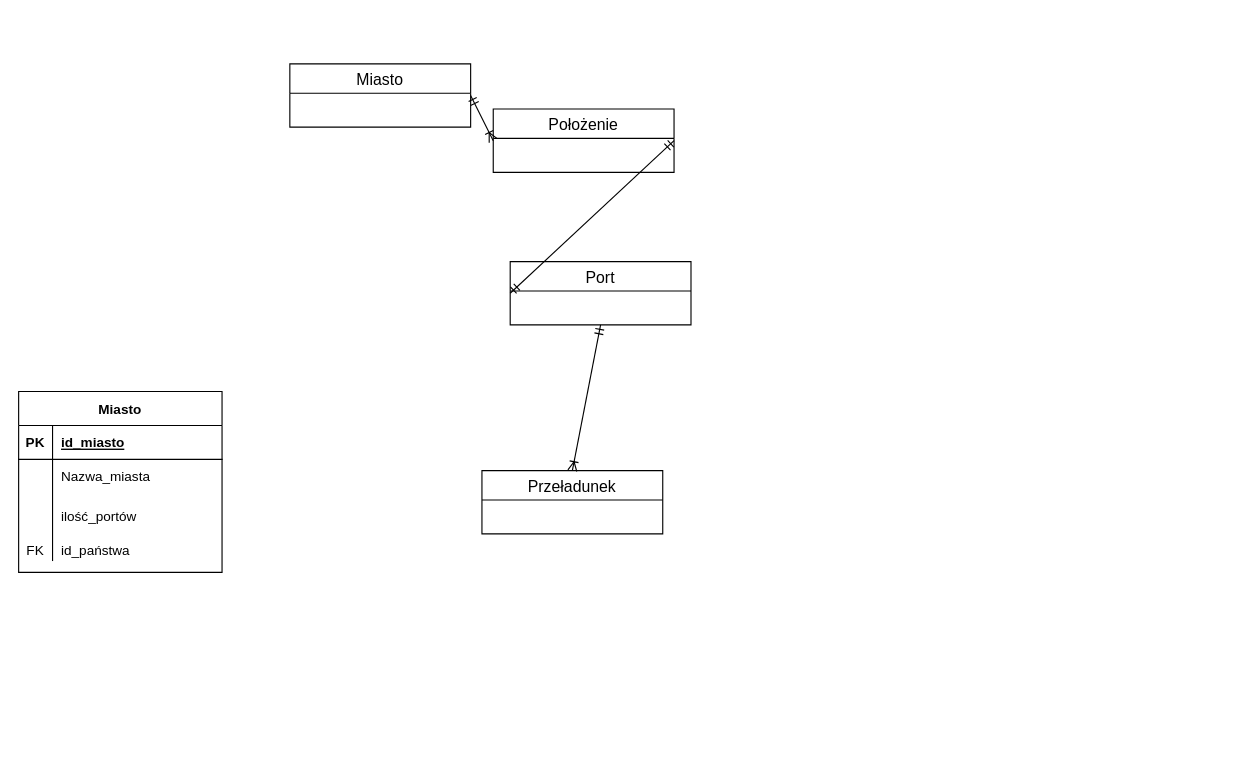
finalkiwii/databases-umbrellas keeps this draw.io diagram as portyv2Martin.drawio. Above is the earlier version. Source tidied: cells renumbered, new cells numbered last; positions are measured from the earlier drawing's top-left corner, leaving out a move shared by most shapes. Both pictures are drawn from the tidied source at 113%, with x=0, y=0 at pixel (18, 63).
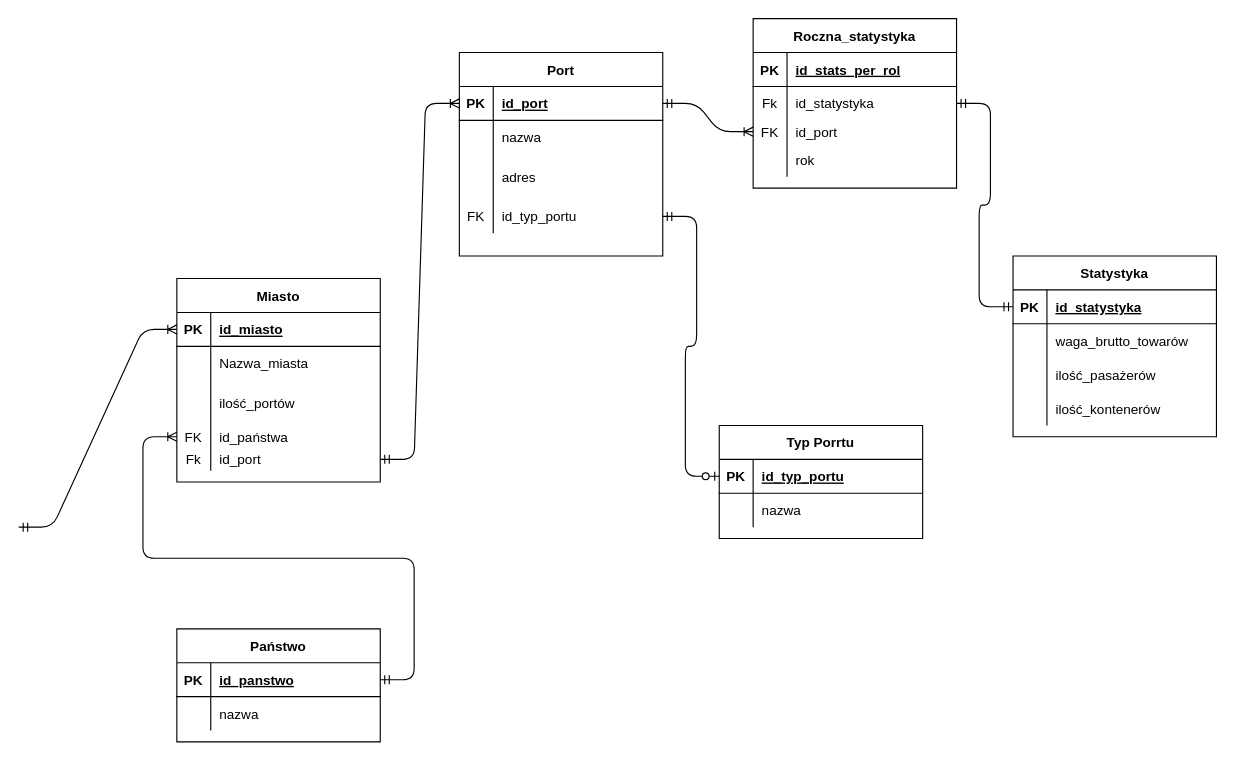
After the change.

The edit, as a diff of the source:
```diff
@@
-    <mxCell id="2" value="Miasto" style="swimlane;fontStyle=0;horizontal=1;startSize=26;align=center;fontSize=14;" parent="1" vertex="1">
-      <mxGeometry x="240" width="160" height="56" as="geometry" />
-    </mxCell>
-    <mxCell id="3" value="Port" style="swimlane;fontStyle=0;horizontal=1;startSize=26;align=center;fontSize=14;" parent="1" vertex="1">
-      <mxGeometry x="435" y="175" width="160" height="56" as="geometry" />
-    </mxCell>
-    <mxCell id="4" value="Przeładunek" style="swimlane;fontStyle=0;horizontal=1;startSize=26;align=center;fontSize=14;" parent="1" vertex="1">
-      <mxGeometry x="410" y="360" width="160" height="56" as="geometry" />
-    </mxCell>
-    <mxCell id="5" value="Położenie" style="swimlane;fontStyle=0;horizontal=1;startSize=26;align=center;fontSize=14;" parent="1" vertex="1">
-      <mxGeometry x="420" y="40" width="160" height="56" as="geometry" />
-    </mxCell>
-    <mxCell id="6" style="fontSize=12;html=1;endArrow=ERoneToMany;startArrow=ERmandOne;entryX=0;entryY=0.5;entryDx=0;entryDy=0;exitX=1;exitY=0.5;exitDx=0;exitDy=0;" parent="1" edge="1" source="2" target="5">
+    <mxCell id="6" style="fontSize=12;html=1;endArrow=ERoneToMany;startArrow=ERmandOne;entryX=0;entryY=0.5;entryDx=0;entryDy=0;exitX=1;exitY=0.5;exitDx=0;exitDy=0;edgeStyle=entityRelationEdgeStyle;" parent="1" edge="1" source="22" target="32">
       <mxGeometry relative="1" as="geometry" />
     </mxCell>
-    <mxCell id="7" style="fontSize=12;html=1;endArrow=ERmandOne;startArrow=ERmandOne;exitX=1;exitY=0.5;exitDx=0;exitDy=0;entryX=0;entryY=0.5;entryDx=0;entryDy=0;" parent="1" edge="1" source="5" target="3">
-      <mxGeometry relative="1" as="geometry" />
-    </mxCell>
-    <mxCell id="8" style="fontSize=12;html=1;endArrow=ERoneToMany;startArrow=ERmandOne;exitX=0.5;exitY=1;exitDx=0;exitDy=0;entryX=0.5;entryY=0;entryDx=0;entryDy=0;" parent="1" edge="1" source="3" target="4">
-      <mxGeometry relative="1" as="geometry" />
-    </mxCell>
     <mxCell id="9" value="Miasto" style="shape=table;startSize=30;childLayout=tableLayout;rowLines=0;fontStyle=1;align=center;" parent="1" vertex="1">
-      <mxGeometry y="290" width="180" height="160" as="geometry" />
+      <mxGeometry x="140" y="190" width="180" height="180" as="geometry" />
     </mxCell>
@@
+    <mxCell id="22" style="shape=partialRectangle;fillColor=none;top=0;left=0;bottom=0;right=0;points=[[0,0.5],[1,0.5]];portConstraint=eastwest;" parent="9" vertex="1">
+      <mxGeometry y="150" width="180" height="20" as="geometry" />
+    </mxCell>
+    <mxCell id="23" value="Fk" style="shape=partialRectangle;fillColor=none;top=0;left=0;bottom=0;right=0;overflow=hidden;" parent="22" vertex="1">
+      <mxGeometry width="30" height="20" as="geometry" />
+    </mxCell>
+    <mxCell id="24" value="id_port" style="shape=partialRectangle;fillColor=none;top=0;left=0;bottom=0;right=0;align=left;spacingLeft=6;overflow=hidden;" parent="22" vertex="1">
+      <mxGeometry x="30" width="150" height="20" as="geometry" />
+    </mxCell>
+    <mxCell id="25" value="Państwo" style="shape=table;startSize=30;childLayout=tableLayout;rowLines=0;fontStyle=1;align=center;" parent="1" vertex="1">
+      <mxGeometry x="140" y="500" width="180" height="100" as="geometry" />
+    </mxCell>
+    <mxCell id="26" style="shape=partialRectangle;fillColor=none;top=0;left=0;bottom=1;right=0;points=[[0,0.5],[1,0.5]];portConstraint=eastwest;" parent="25" vertex="1">
+      <mxGeometry y="30" width="180" height="30" as="geometry" />
+    </mxCell>
+    <mxCell id="27" value="PK" style="shape=partialRectangle;fillColor=none;top=0;left=0;bottom=0;right=0;fontStyle=1;overflow=hidden;" parent="26" vertex="1">
+      <mxGeometry width="30" height="30" as="geometry" />
+    </mxCell>
+    <mxCell id="28" value="id_panstwo" style="shape=partialRectangle;fillColor=none;top=0;left=0;bottom=0;right=0;align=left;spacingLeft=6;fontStyle=5;overflow=hidden;" parent="26" vertex="1">
+      <mxGeometry x="30" width="150" height="30" as="geometry" />
+    </mxCell>
+    <mxCell id="29" style="shape=partialRectangle;fillColor=none;top=0;left=0;bottom=0;right=0;" parent="25" vertex="1">
+      <mxGeometry y="60" width="180" height="30" as="geometry" />
+    </mxCell>
+    <mxCell id="30" style="shape=partialRectangle;fillColor=none;top=0;left=0;bottom=0;right=0;overflow=hidden;" parent="29" vertex="1">
+      <mxGeometry width="30" height="30" as="geometry" />
+    </mxCell>
+    <mxCell id="31" value="nazwa" style="shape=partialRectangle;fillColor=none;top=0;left=0;bottom=0;right=0;align=left;spacingLeft=6;overflow=hidden;" parent="29" vertex="1">
+      <mxGeometry x="30" width="150" height="30" as="geometry" />
+    </mxCell>
+    <mxCell id="3" value="Port" style="shape=table;startSize=30;childLayout=tableLayout;rowLines=0;fontStyle=1;align=center;" parent="1" vertex="1">
+      <mxGeometry x="390" y="-10" width="180" height="180" as="geometry" />
+    </mxCell>
+    <mxCell id="32" style="shape=partialRectangle;fillColor=none;top=0;left=0;bottom=1;right=0;points=[[0,0.5],[1,0.5]];portConstraint=eastwest;" parent="3" vertex="1">
+      <mxGeometry y="30" width="180" height="30" as="geometry" />
+    </mxCell>
+    <mxCell id="33" value="PK" style="shape=partialRectangle;fillColor=none;top=0;left=0;bottom=0;right=0;fontStyle=1;overflow=hidden;" parent="32" vertex="1">
+      <mxGeometry width="30" height="30" as="geometry" />
+    </mxCell>
+    <mxCell id="34" value="id_port" style="shape=partialRectangle;fillColor=none;top=0;left=0;bottom=0;right=0;align=left;spacingLeft=6;fontStyle=5;overflow=hidden;" parent="32" vertex="1">
+      <mxGeometry x="30" width="150" height="30" as="geometry" />
+    </mxCell>
+    <mxCell id="35" style="shape=partialRectangle;fillColor=none;top=0;left=0;bottom=0;right=0;" parent="3" vertex="1">
+      <mxGeometry y="60" width="180" height="30" as="geometry" />
+    </mxCell>
+    <mxCell id="36" style="shape=partialRectangle;fillColor=none;top=0;left=0;bottom=0;right=0;overflow=hidden;" parent="35" vertex="1">
+      <mxGeometry width="30" height="30" as="geometry" />
+    </mxCell>
+    <mxCell id="37" value="nazwa" style="shape=partialRectangle;fillColor=none;top=0;left=0;bottom=0;right=0;align=left;spacingLeft=6;overflow=hidden;" parent="35" vertex="1">
+      <mxGeometry x="30" width="150" height="30" as="geometry" />
+    </mxCell>
+    <mxCell id="38" style="shape=partialRectangle;fillColor=none;top=0;left=0;bottom=0;right=0;" parent="3" vertex="1">
+      <mxGeometry y="90" width="180" height="40" as="geometry" />
+    </mxCell>
+    <mxCell id="39" style="shape=partialRectangle;fillColor=none;top=0;left=0;bottom=0;right=0;overflow=hidden;" parent="38" vertex="1">
+      <mxGeometry width="30" height="40" as="geometry" />
+    </mxCell>
+    <mxCell id="40" value="adres" style="shape=partialRectangle;fillColor=none;top=0;left=0;bottom=0;right=0;align=left;spacingLeft=6;overflow=hidden;" parent="38" vertex="1">
+      <mxGeometry x="30" width="150" height="40" as="geometry" />
+    </mxCell>
+    <mxCell id="41" style="shape=partialRectangle;fillColor=none;top=0;left=0;bottom=0;right=0;points=[[0,0.5],[1,0.5]];portConstraint=eastwest;" parent="3" vertex="1">
+      <mxGeometry y="130" width="180" height="30" as="geometry" />
+    </mxCell>
+    <mxCell id="42" value="FK" style="shape=partialRectangle;fillColor=none;top=0;left=0;bottom=0;right=0;overflow=hidden;" parent="41" vertex="1">
+      <mxGeometry width="30" height="30" as="geometry" />
+    </mxCell>
+    <mxCell id="43" value="id_typ_portu" style="shape=partialRectangle;fillColor=none;top=0;left=0;bottom=0;right=0;align=left;spacingLeft=6;overflow=hidden;" parent="41" vertex="1">
+      <mxGeometry x="30" width="150" height="30" as="geometry" />
+    </mxCell>
+    <mxCell id="44" value="Roczna_statystyka" style="shape=table;startSize=30;childLayout=tableLayout;rowLines=0;fontStyle=1;align=center;" parent="1" vertex="1">
+      <mxGeometry x="650" y="-40" width="180" height="150" as="geometry" />
+    </mxCell>
+    <mxCell id="45" style="shape=partialRectangle;fillColor=none;top=0;left=0;bottom=1;right=0;" parent="44" vertex="1">
+      <mxGeometry y="30" width="180" height="30" as="geometry" />
+    </mxCell>
+    <mxCell id="46" value="PK" style="shape=partialRectangle;fillColor=none;top=0;left=0;bottom=0;right=0;fontStyle=1;overflow=hidden;" parent="45" vertex="1">
+      <mxGeometry width="30" height="30" as="geometry" />
+    </mxCell>
+    <mxCell id="47" value="id_stats_per_rol" style="shape=partialRectangle;fillColor=none;top=0;left=0;bottom=0;right=0;align=left;spacingLeft=6;fontStyle=5;overflow=hidden;" parent="45" vertex="1">
+      <mxGeometry x="30" width="150" height="30" as="geometry" />
+    </mxCell>
+    <mxCell id="48" style="shape=partialRectangle;fillColor=none;top=0;left=0;bottom=0;right=0;points=[[0,0.5],[1,0.5]];portConstraint=eastwest;" parent="44" vertex="1">
+      <mxGeometry y="60" width="180" height="30" as="geometry" />
+    </mxCell>
+    <mxCell id="49" value="Fk" style="shape=partialRectangle;fillColor=none;top=0;left=0;bottom=0;right=0;overflow=hidden;" parent="48" vertex="1">
+      <mxGeometry width="30" height="30" as="geometry" />
+    </mxCell>
+    <mxCell id="50" value="id_statystyka" style="shape=partialRectangle;fillColor=none;top=0;left=0;bottom=0;right=0;align=left;spacingLeft=6;overflow=hidden;" parent="48" vertex="1">
+      <mxGeometry x="30" width="150" height="30" as="geometry" />
+    </mxCell>
+    <mxCell id="51" style="shape=partialRectangle;fillColor=none;top=0;left=0;bottom=0;right=0;points=[[0,0.5],[1,0.5]];portConstraint=eastwest;" parent="44" vertex="1">
+      <mxGeometry y="90" width="180" height="20" as="geometry" />
+    </mxCell>
+    <mxCell id="52" value="FK" style="shape=partialRectangle;fillColor=none;top=0;left=0;bottom=0;right=0;overflow=hidden;" parent="51" vertex="1">
+      <mxGeometry width="30" height="20" as="geometry" />
+    </mxCell>
+    <mxCell id="53" value="id_port" style="shape=partialRectangle;fillColor=none;top=0;left=0;bottom=0;right=0;align=left;spacingLeft=6;overflow=hidden;" parent="51" vertex="1">
+      <mxGeometry x="30" width="150" height="20" as="geometry" />
+    </mxCell>
+    <mxCell id="54" style="shape=partialRectangle;fillColor=none;top=0;left=0;bottom=0;right=0;" parent="44" vertex="1">
+      <mxGeometry y="110" width="180" height="30" as="geometry" />
+    </mxCell>
+    <mxCell id="55" style="shape=partialRectangle;fillColor=none;top=0;left=0;bottom=0;right=0;overflow=hidden;" parent="54" vertex="1">
+      <mxGeometry width="30" height="30" as="geometry" />
+    </mxCell>
+    <mxCell id="56" value="rok" style="shape=partialRectangle;fillColor=none;top=0;left=0;bottom=0;right=0;align=left;spacingLeft=6;overflow=hidden;" parent="54" vertex="1">
+      <mxGeometry x="30" width="150" height="30" as="geometry" />
+    </mxCell>
+    <mxCell id="57" style="edgeStyle=entityRelationEdgeStyle;fontSize=12;html=1;endArrow=ERoneToMany;startArrow=ERmandOne;exitX=1;exitY=0.5;exitDx=0;exitDy=0;entryX=0;entryY=0.25;entryDx=0;entryDy=0;" parent="1" edge="1" target="9">
+      <mxGeometry relative="1" as="geometry">
+        <mxPoint y="410" as="sourcePoint" />
+      </mxGeometry>
+    </mxCell>
+    <mxCell id="58" style="edgeStyle=entityRelationEdgeStyle;fontSize=12;html=1;endArrow=ERoneToMany;startArrow=ERmandOne;jumpStyle=gap;exitX=1;exitY=0.5;exitDx=0;exitDy=0;" parent="1" edge="1" source="26">
+      <mxGeometry relative="1" as="geometry">
+        <mxPoint x="140" y="330" as="targetPoint" />
+      </mxGeometry>
+    </mxCell>
+    <mxCell id="59" style="edgeStyle=entityRelationEdgeStyle;fontSize=12;html=1;endArrow=ERoneToMany;startArrow=ERmandOne;exitX=1;exitY=0.5;exitDx=0;exitDy=0;" parent="1" edge="1" source="32" target="51">
+      <mxGeometry relative="1" as="geometry" />
+    </mxCell>
+    <mxCell id="60" value="Statystyka" style="shape=table;startSize=30;childLayout=tableLayout;rowLines=0;fontStyle=1;align=center;" parent="1" vertex="1">
+      <mxGeometry x="880" y="170" width="180" height="160" as="geometry" />
+    </mxCell>
+    <mxCell id="61" style="shape=partialRectangle;fillColor=none;top=0;left=0;bottom=1;right=0;points=[[0,0.5],[1,0.5]];portConstraint=eastwest;" parent="60" vertex="1">
+      <mxGeometry y="30" width="180" height="30" as="geometry" />
+    </mxCell>
+    <mxCell id="62" value="PK" style="shape=partialRectangle;fillColor=none;top=0;left=0;bottom=0;right=0;fontStyle=1;overflow=hidden;" parent="61" vertex="1">
+      <mxGeometry width="30" height="30" as="geometry" />
+    </mxCell>
+    <mxCell id="63" value="id_statystyka" style="shape=partialRectangle;fillColor=none;top=0;left=0;bottom=0;right=0;align=left;spacingLeft=6;fontStyle=5;overflow=hidden;" parent="61" vertex="1">
+      <mxGeometry x="30" width="150" height="30" as="geometry" />
+    </mxCell>
+    <mxCell id="64" style="shape=partialRectangle;fillColor=none;top=0;left=0;bottom=0;right=0;" parent="60" vertex="1">
+      <mxGeometry y="60" width="180" height="30" as="geometry" />
+    </mxCell>
+    <mxCell id="65" style="shape=partialRectangle;fillColor=none;top=0;left=0;bottom=0;right=0;overflow=hidden;" parent="64" vertex="1">
+      <mxGeometry width="30" height="30" as="geometry" />
+    </mxCell>
+    <mxCell id="66" value="waga_brutto_towarów" style="shape=partialRectangle;fillColor=none;top=0;left=0;bottom=0;right=0;align=left;spacingLeft=6;overflow=hidden;" parent="64" vertex="1">
+      <mxGeometry x="30" width="150" height="30" as="geometry" />
+    </mxCell>
+    <mxCell id="67" style="shape=partialRectangle;fillColor=none;top=0;left=0;bottom=0;right=0;" parent="60" vertex="1">
+      <mxGeometry y="90" width="180" height="30" as="geometry" />
+    </mxCell>
+    <mxCell id="68" style="shape=partialRectangle;fillColor=none;top=0;left=0;bottom=0;right=0;overflow=hidden;" parent="67" vertex="1">
+      <mxGeometry width="30" height="30" as="geometry" />
+    </mxCell>
+    <mxCell id="69" value="ilość_pasażerów" style="shape=partialRectangle;fillColor=none;top=0;left=0;bottom=0;right=0;align=left;spacingLeft=6;overflow=hidden;" parent="67" vertex="1">
+      <mxGeometry x="30" width="150" height="30" as="geometry" />
+    </mxCell>
+    <mxCell id="70" style="shape=partialRectangle;fillColor=none;top=0;left=0;bottom=0;right=0;" parent="60" vertex="1">
+      <mxGeometry y="120" width="180" height="30" as="geometry" />
+    </mxCell>
+    <mxCell id="71" style="shape=partialRectangle;fillColor=none;top=0;left=0;bottom=0;right=0;overflow=hidden;" parent="70" vertex="1">
+      <mxGeometry width="30" height="30" as="geometry" />
+    </mxCell>
+    <mxCell id="72" value="ilość_kontenerów" style="shape=partialRectangle;fillColor=none;top=0;left=0;bottom=0;right=0;align=left;spacingLeft=6;overflow=hidden;" parent="70" vertex="1">
+      <mxGeometry x="30" width="150" height="30" as="geometry" />
+    </mxCell>
+    <mxCell id="73" style="edgeStyle=entityRelationEdgeStyle;fontSize=12;html=1;endArrow=ERmandOne;startArrow=ERmandOne;exitX=1;exitY=0.5;exitDx=0;exitDy=0;entryX=0;entryY=0.5;entryDx=0;entryDy=0;" parent="1" edge="1" source="48" target="61">
+      <mxGeometry relative="1" as="geometry" />
+    </mxCell>
+    <mxCell id="74" value="Typ Porrtu" style="shape=table;startSize=30;childLayout=tableLayout;rowLines=0;fontStyle=1;align=center;" parent="1" vertex="1">
+      <mxGeometry x="620" y="320" width="180" height="100" as="geometry" />
+    </mxCell>
+    <mxCell id="75" style="shape=partialRectangle;fillColor=none;top=0;left=0;bottom=1;right=0;points=[[0,0.5],[1,0.5]];portConstraint=eastwest;" parent="74" vertex="1">
+      <mxGeometry y="30" width="180" height="30" as="geometry" />
+    </mxCell>
+    <mxCell id="76" value="PK" style="shape=partialRectangle;fillColor=none;top=0;left=0;bottom=0;right=0;fontStyle=1;overflow=hidden;" parent="75" vertex="1">
+      <mxGeometry width="30" height="30" as="geometry" />
+    </mxCell>
+    <mxCell id="77" value="id_typ_portu" style="shape=partialRectangle;fillColor=none;top=0;left=0;bottom=0;right=0;align=left;spacingLeft=6;fontStyle=5;overflow=hidden;" parent="75" vertex="1">
+      <mxGeometry x="30" width="150" height="30" as="geometry" />
+    </mxCell>
+    <mxCell id="78" style="shape=partialRectangle;fillColor=none;top=0;left=0;bottom=0;right=0;" parent="74" vertex="1">
+      <mxGeometry y="60" width="180" height="30" as="geometry" />
+    </mxCell>
+    <mxCell id="79" style="shape=partialRectangle;fillColor=none;top=0;left=0;bottom=0;right=0;overflow=hidden;" parent="78" vertex="1">
+      <mxGeometry width="30" height="30" as="geometry" />
+    </mxCell>
+    <mxCell id="80" value="nazwa" style="shape=partialRectangle;fillColor=none;top=0;left=0;bottom=0;right=0;align=left;spacingLeft=6;overflow=hidden;" parent="78" vertex="1">
+      <mxGeometry x="30" width="150" height="30" as="geometry" />
+    </mxCell>
+    <mxCell id="81" style="edgeStyle=entityRelationEdgeStyle;fontSize=12;html=1;endArrow=ERzeroToOne;startArrow=ERmandOne;exitX=1;exitY=0.5;exitDx=0;exitDy=0;entryX=0;entryY=0.5;entryDx=0;entryDy=0;" parent="1" edge="1" source="41" target="75">
+      <mxGeometry relative="1" as="geometry" />
+    </mxCell>
```
